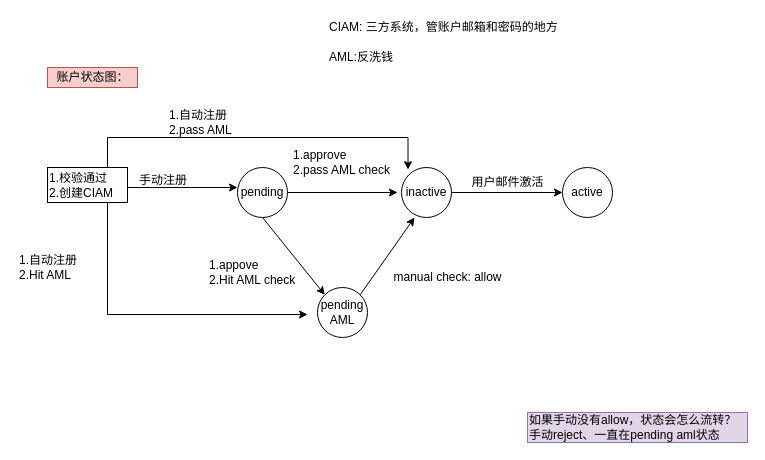
wang86924324/workstation keeps this draw.io diagram as page "income-usercenter-status" (10 of 11) of Untitled Diagram.drawio. Above is the earlier version. Source tidied: cells renumbered, new cells numbered last; positions are measured from the earlier drawing's top-left corner, leaving out a move shared by most shapes. Both pictures are drawn from the tidied source at 100%, with x=0, y=0 at pixel (17, 17).
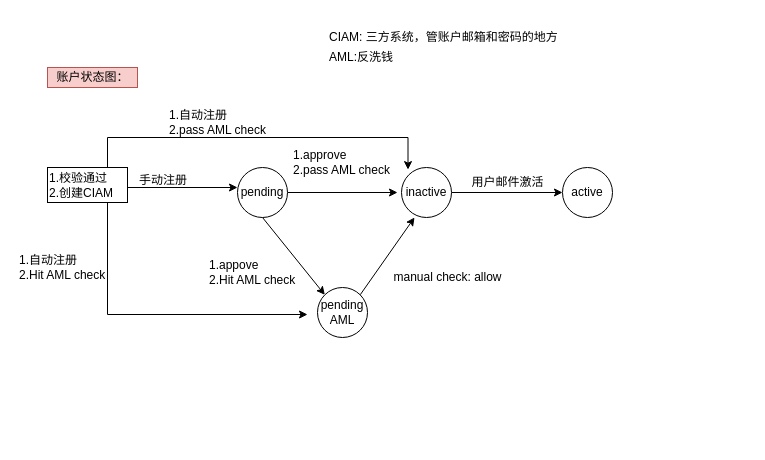
The same diagram, later.

The edit, as a diff of the source:
```diff
@@
     <mxCell id="17" value="CIAM: 三方系统，管账户邮箱和密码的地方" style="text;html=1;strokeColor=none;fillColor=none;align=left;verticalAlign=middle;whiteSpace=wrap;rounded=0;" parent="1" vertex="1">
-      <mxGeometry x="310" width="240" height="20" as="geometry" />
+      <mxGeometry x="310" y="10" width="240" height="20" as="geometry" />
     </mxCell>
-    <mxCell id="18" value="如果手动没有allow，状态会怎么流转？&lt;br&gt;手动reject、一直在pending aml状态" style="text;html=1;align=left;verticalAlign=middle;strokeColor=#9673a6;fillColor=#e1d5e7;" parent="1" vertex="1">
-      <mxGeometry x="510" y="395" width="220" height="30" as="geometry" />
-    </mxCell>
@@
-    <mxCell id="23" value="1.自动注册&lt;br&gt;2.Hit AML" style="text;html=1;align=left;verticalAlign=middle;strokeColor=none;" parent="1" vertex="1">
-      <mxGeometry y="235" width="70" height="30" as="geometry" />
+    <mxCell id="23" value="1.自动注册&lt;br&gt;2.Hit AML check" style="text;html=1;align=left;verticalAlign=middle;strokeColor=none;" parent="1" vertex="1">
+      <mxGeometry y="235" width="100" height="30" as="geometry" />
     </mxCell>
-    <mxCell id="24" value="1.自动注册&lt;br&gt;2.pass AML" style="text;html=1;align=left;verticalAlign=middle;strokeColor=none;" parent="1" vertex="1">
-      <mxGeometry x="150" y="90" width="80" height="30" as="geometry" />
+    <mxCell id="24" value="1.自动注册&lt;br&gt;2.pass AML check" style="text;html=1;align=left;verticalAlign=middle;strokeColor=none;" parent="1" vertex="1">
+      <mxGeometry x="150" y="90" width="110" height="30" as="geometry" />
     </mxCell>
```
